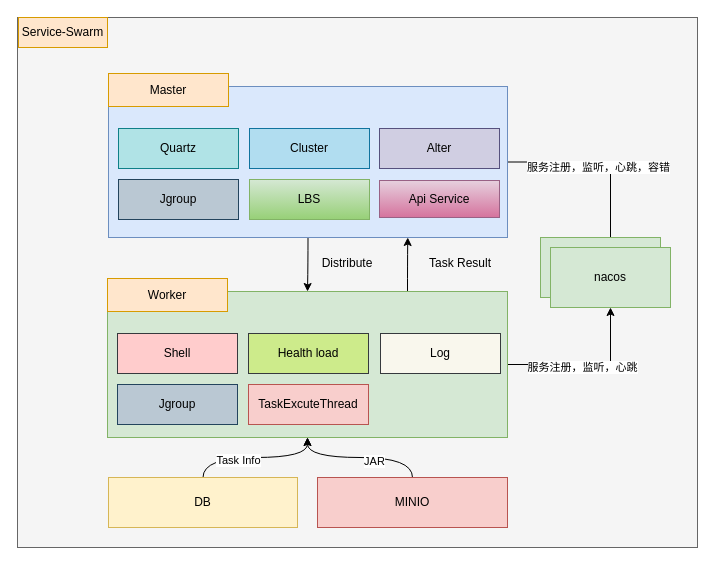
Earlier version of the draw.io diagram 未命名绘图4.drawio (zengfeiyue/chart). Source tidied: cells renumbered, new cells numbered last; positions are measured from the earlier drawing's top-left corner, leaving out a move shared by most shapes. Both pictures are drawn from the tidied source at 100%, with x=0, y=0 at pixel (17, 17).
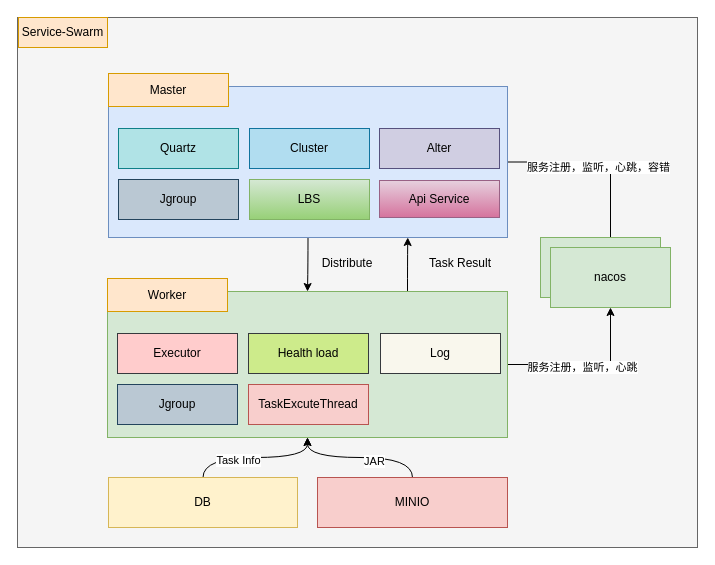
Above is the later version.

Commit message:
Update 未命名绘图4.drawio

What changed in the source:
```diff
@@
-    <mxCell id="18" value="Shell" style="rounded=0;whiteSpace=wrap;html=1;fillColor=#ffcccc;strokeColor=#36393d;" parent="1" vertex="1">
+    <mxCell id="18" value="Executor" style="rounded=0;whiteSpace=wrap;html=1;fillColor=#ffcccc;strokeColor=#36393d;" parent="1" vertex="1">
       <mxGeometry x="100" y="316" width="120" height="40" as="geometry" />
     </mxCell>
```
